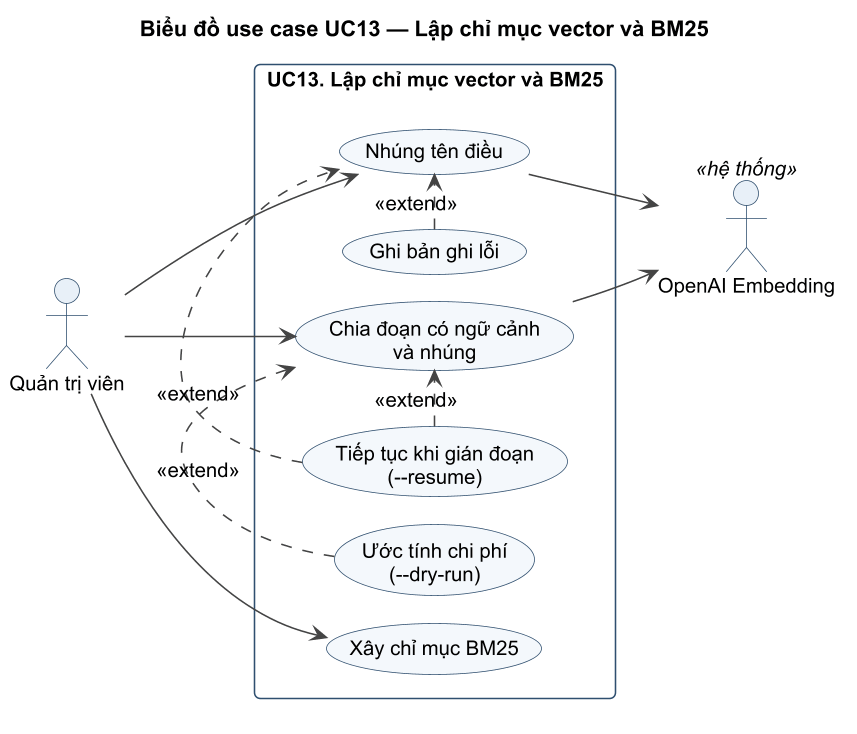
The PlantUML diagram docs/uml/png/UC13_UC.png in hainguyen312/project2-chatbot-rag, before a commit.
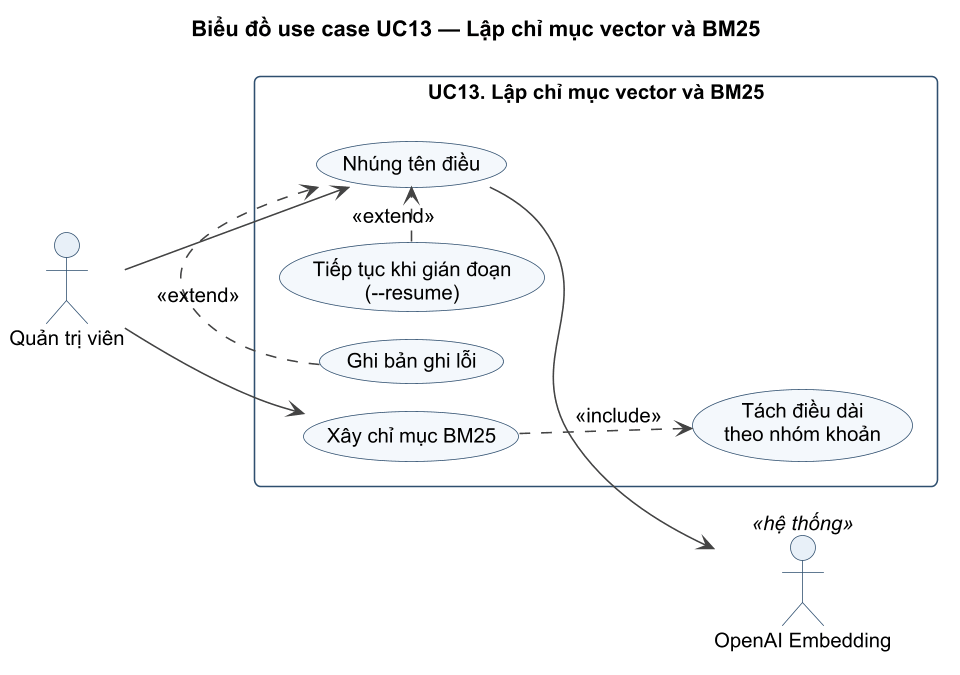
Later version of the same file.

Change to the diagram source:
```diff
@@ -7,19 +7,15 @@
 actor "OpenAI Embedding" as E <<hệ thống>>
 rectangle "UC13. Lập chỉ mục vector và BM25" {
   usecase "Nhúng tên điều" as T
-  usecase "Chia đoạn có ngữ cảnh\nvà nhúng" as C
-  usecase "Ước tính chi phí\n(--dry-run)" as DR
   usecase "Tiếp tục khi gián đoạn\n(--resume)" as R
   usecase "Ghi bản ghi lỗi" as ERR
   usecase "Xây chỉ mục BM25" as B
+  usecase "Tách điều dài\ntheo nhóm khoản" as K
 }
 A --> T
-A --> C
 A --> B
-DR .> C : <<extend>>
 R .> T : <<extend>>
-R .> C : <<extend>>
 ERR .> T : <<extend>>
+B ..> K : <<include>>
 T --> E
-C --> E
 @enduml
```
